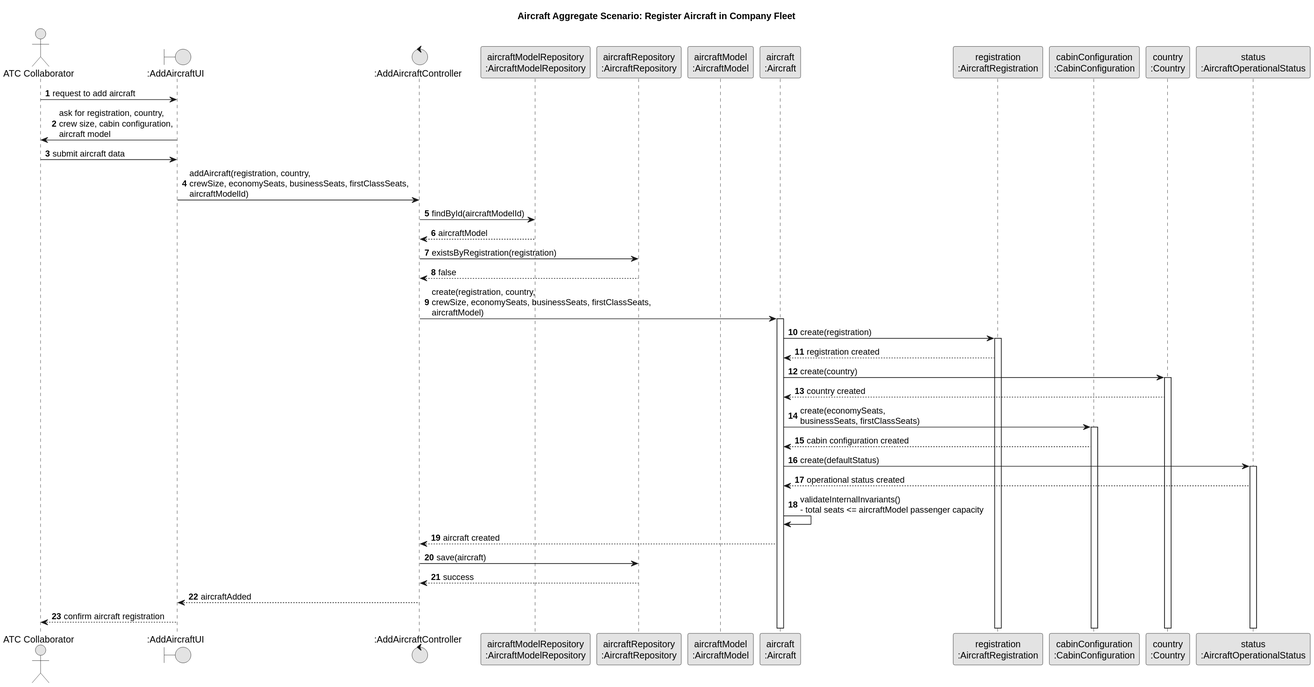
GustavoFerreira24/flight-management-platform keeps this PlantUML diagram as docs/global-artifacts/03.design/svg/AircraftAggregate-SD.svg. Above is the earlier version.
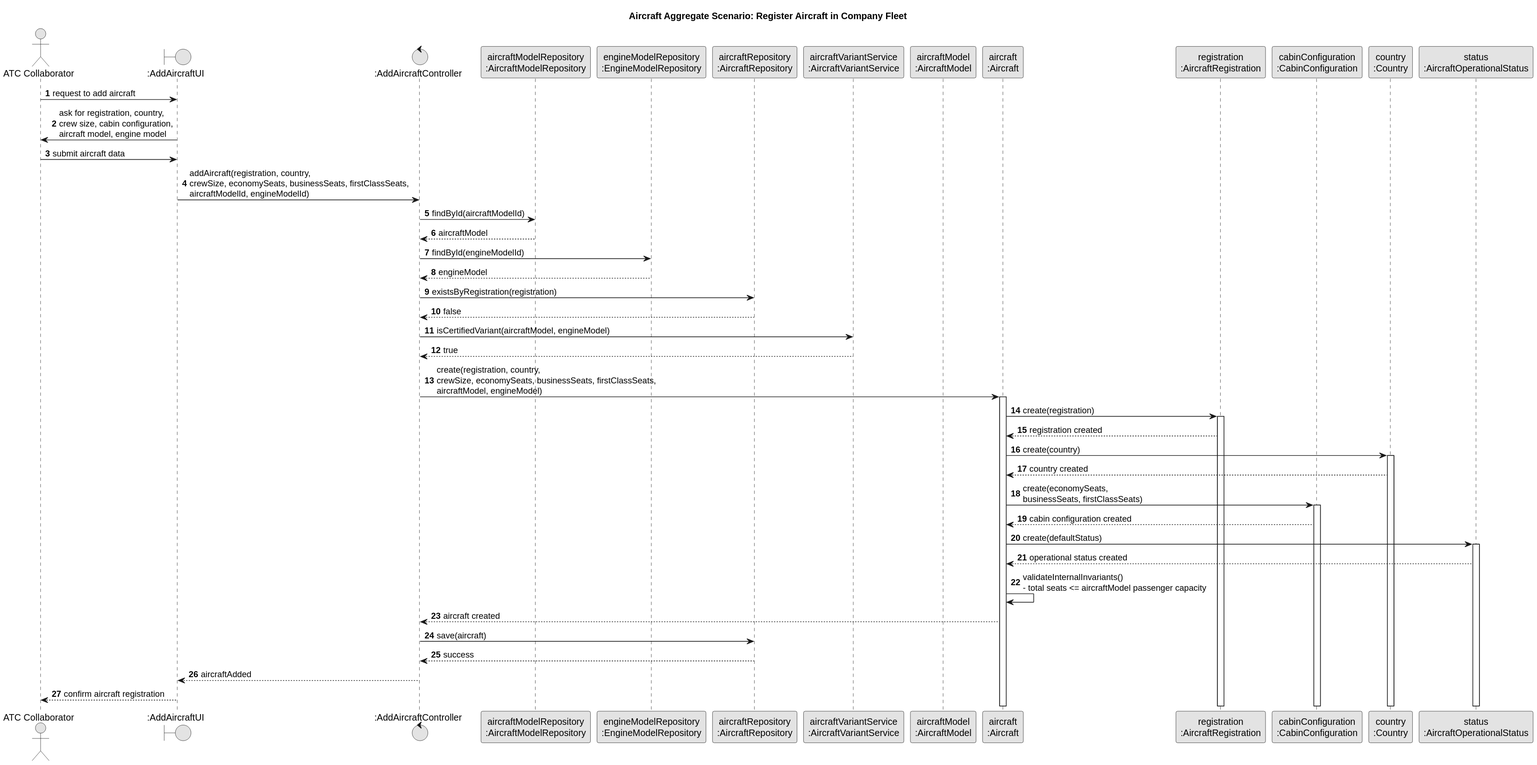
The same file after the commit.

Commit message:
US11(DOCS): Update AircraftAggregate SD diagram to clarify the aircraft registration scenario and ensure alignment with documentation [#18]

Diff of the diagram source:
```diff
@@ -11,7 +11,9 @@
 boundary ":AddAircraftUI" as UI
 control ":AddAircraftController" as C
 participant "aircraftModelRepository\n:AircraftModelRepository" as AircraftModelRepo
+participant "engineModelRepository\n:EngineModelRepository" as EngineModelRepo
 participant "aircraftRepository\n:AircraftRepository" as AircraftRepo
+participant "aircraftVariantService\n:AircraftVariantService" as VariantService
 participant "aircraftModel\n:AircraftModel" as AircraftModel
 participant "aircraft\n:Aircraft" as Aircraft
 participant "registration\n:AircraftRegistration" as Registration
@@ -20,18 +22,24 @@
 participant "status\n:AircraftOperationalStatus" as Status
 
 ATC -> UI : request to add aircraft
-UI -> ATC : ask for registration, country,\ncrew size, cabin configuration,\naircraft model
+UI -> ATC : ask for registration, country,\ncrew size, cabin configuration,\naircraft model, engine model
 
 ATC -> UI : submit aircraft data
-UI -> C : addAircraft(registration, country,\ncrewSize, economySeats, businessSeats, firstClassSeats,\naircraftModelId)
+UI -> C : addAircraft(registration, country,\ncrewSize, economySeats, businessSeats, firstClassSeats,\naircraftModelId, engineModelId)
 
 C -> AircraftModelRepo : findById(aircraftModelId)
 AircraftModelRepo --> C : aircraftModel
 
+C -> EngineModelRepo : findById(engineModelId)
+EngineModelRepo --> C : engineModel
+
 C -> AircraftRepo : existsByRegistration(registration)
 AircraftRepo --> C : false
 
-C -> Aircraft ++ : create(registration, country,\ncrewSize, economySeats, businessSeats, firstClassSeats,\naircraftModel)
+C -> VariantService : isCertifiedVariant(aircraftModel, engineModel)
+VariantService --> C : true
+
+C -> Aircraft ++ : create(registration, country,\ncrewSize, economySeats, businessSeats, firstClassSeats,\naircraftModel, engineModel)
 
 Aircraft -> Registration ++ : create(registration)
 Registration --> Aircraft : registration created
```
